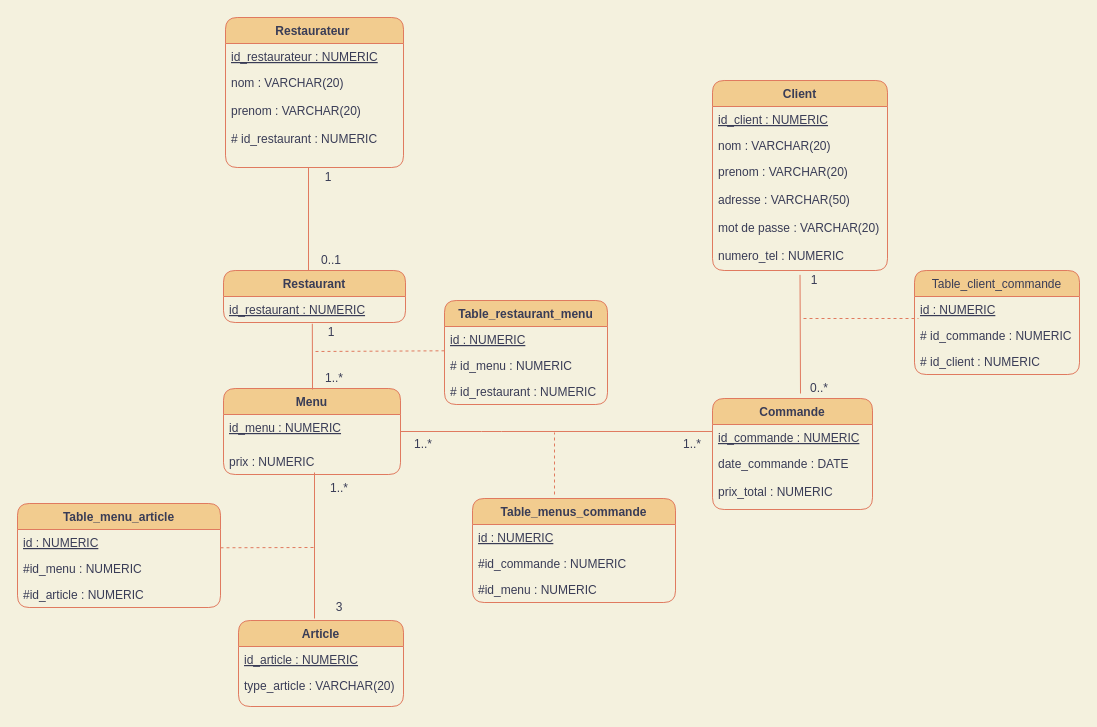
TheAIWizard/Ensaeats keeps this draw.io diagram as diagramme_base_de_donnees.drawio. Above is the earlier version. Source tidied: cells renumbered, new cells numbered last; positions are measured from the earlier drawing's top-left corner, leaving out a move shared by most shapes. Both pictures are drawn from the tidied source at 100%, with x=0, y=0 at pixel (17, 17).
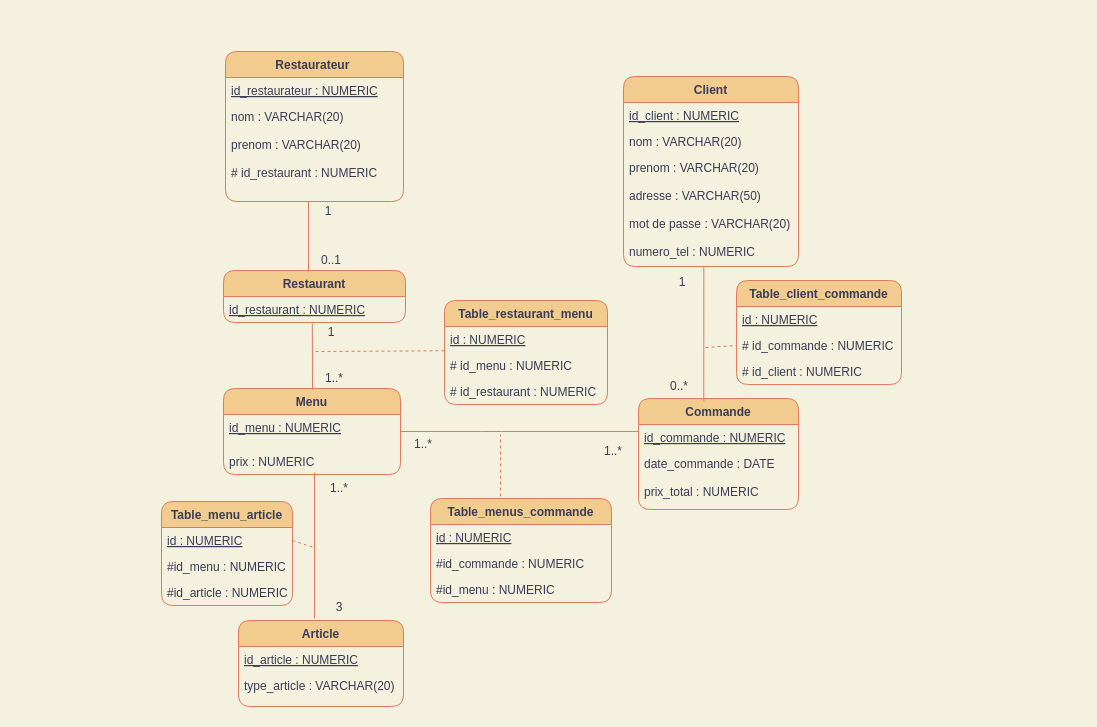
Above is the later version.

Unchanged cells that the change refers to:
```xml
<mxCell id="8" value="prenom : VARCHAR(20)&#10;&#10;adresse : VARCHAR(50)&#10;&#10;mot de passe : VARCHAR(20)&#10;&#10;numero_tel : NUMERIC" style="text;strokeColor=none;fillColor=none;align=left;verticalAlign=top;spacingLeft=4;spacingRight=4;overflow=hidden;points=[[0,0.5],[1,0.5]];portConstraint=eastwest;fontColor=#393C56;rounded=1;" parent="5" vertex="1">
  <mxGeometry y="78" width="175" height="112" as="geometry" />
</mxCell>
<mxCell id="49" value="# id_commande : NUMERIC" style="text;strokeColor=none;fillColor=none;align=left;verticalAlign=top;spacingLeft=4;spacingRight=4;overflow=hidden;points=[[0,0.5],[1,0.5]];portConstraint=eastwest;fontColor=#393C56;rounded=1;" parent="47" vertex="1">
  <mxGeometry y="52" width="165" height="26" as="geometry" />
</mxCell>
```

The edit, as a diff of the source:
```diff
@@
     <mxCell id="2" value="Restaurateur " style="swimlane;fontStyle=1;horizontal=1;startSize=26;fillColor=#F2CC8F;strokeColor=#E07A5F;fontColor=#393C56;rounded=1;" parent="1" vertex="1">
-      <mxGeometry x="208" width="178" height="150" as="geometry" />
+      <mxGeometry x="208" y="34" width="178" height="150" as="geometry" />
     </mxCell>
@@
     <mxCell id="5" value="Client" style="swimlane;fontStyle=1;horizontal=1;startSize=26;fillColor=#F2CC8F;strokeColor=#E07A5F;fontColor=#393C56;rounded=1;" parent="1" vertex="1">
-      <mxGeometry x="695" y="63" width="175" height="190" as="geometry" />
+      <mxGeometry x="606" y="59" width="175" height="190" as="geometry" />
     </mxCell>
@@
     <mxCell id="9" value="Commande" style="swimlane;fontStyle=1;horizontal=1;startSize=26;fillColor=#F2CC8F;strokeColor=#E07A5F;fontColor=#393C56;rounded=1;" parent="1" vertex="1">
-      <mxGeometry x="695" y="381" width="160" height="111" as="geometry" />
+      <mxGeometry x="621" y="381" width="160" height="111" as="geometry" />
     </mxCell>
@@
-    <mxCell id="19" value="1" style="text;html=1;strokeColor=none;fillColor=none;align=center;verticalAlign=middle;whiteSpace=wrap;fontColor=#393C56;rounded=1;" parent="1" vertex="1">
-      <mxGeometry x="291" y="150" width="40" height="20" as="geometry" />
+    <mxCell id="19" value="1" style="text;html=1;strokeColor=none;fillColor=none;align=center;verticalAlign=middle;whiteSpace=wrap;fontColor=#393C56;rounded=1;arcSize=50;" parent="1" vertex="1">
+      <mxGeometry x="291" y="184" width="40" height="20" as="geometry" />
     </mxCell>
@@
-    <mxCell id="21" value="1" style="text;html=1;strokeColor=none;fillColor=none;align=center;verticalAlign=middle;whiteSpace=wrap;fontColor=#393C56;rounded=1;" parent="1" vertex="1">
-      <mxGeometry x="777" y="253" width="40" height="20" as="geometry" />
+    <mxCell id="21" value="1" style="text;html=1;strokeColor=none;fillColor=none;align=center;verticalAlign=middle;whiteSpace=wrap;fontColor=#393C56;rounded=1;arcSize=50;" parent="1" vertex="1">
+      <mxGeometry x="645" y="255" width="40" height="20" as="geometry" />
     </mxCell>
-    <mxCell id="22" value="0..*" style="text;html=1;strokeColor=none;fillColor=none;align=center;verticalAlign=middle;whiteSpace=wrap;fontColor=#393C56;rounded=1;" parent="1" vertex="1">
-      <mxGeometry x="782" y="361" width="40" height="20" as="geometry" />
+    <mxCell id="22" value="0..*" style="text;html=1;strokeColor=none;fillColor=none;align=center;verticalAlign=middle;whiteSpace=wrap;fontColor=#393C56;rounded=1;arcSize=50;" parent="1" vertex="1">
+      <mxGeometry x="642" y="359" width="40" height="20" as="geometry" />
     </mxCell>
@@
-    <mxCell id="24" value="1..*" style="text;html=1;strokeColor=none;fillColor=none;align=center;verticalAlign=middle;whiteSpace=wrap;fontColor=#393C56;rounded=1;" parent="1" vertex="1">
-      <mxGeometry x="655" y="417" width="40" height="20" as="geometry" />
+    <mxCell id="24" value="1..*" style="text;html=1;strokeColor=none;fillColor=none;align=center;verticalAlign=middle;whiteSpace=wrap;fontColor=#393C56;rounded=1;arcSize=50;" parent="1" vertex="1">
+      <mxGeometry x="576" y="424" width="40" height="20" as="geometry" />
     </mxCell>
@@
     <mxCell id="30" value="Table_menus_commande" style="swimlane;fontStyle=1;horizontal=1;startSize=26;sketch=0;strokeColor=#E07A5F;fillColor=#F2CC8F;fontColor=#393C56;rounded=1;" parent="1" vertex="1">
-      <mxGeometry x="455" y="481" width="203" height="104" as="geometry" />
+      <mxGeometry x="413" y="481" width="181" height="104" as="geometry" />
     </mxCell>
     <mxCell id="31" value="id : NUMERIC" style="text;strokeColor=none;fillColor=none;align=left;verticalAlign=top;spacingLeft=4;spacingRight=4;overflow=hidden;labelBackgroundColor=none;labelBorderColor=none;fontColor=#393C56;fontStyle=4;rounded=1;" parent="30" vertex="1">
-      <mxGeometry y="26" width="203" height="26" as="geometry" />
+      <mxGeometry y="26" width="181" height="26" as="geometry" />
     </mxCell>
     <mxCell id="32" value="#id_commande : NUMERIC" style="text;strokeColor=none;fillColor=none;align=left;verticalAlign=top;spacingLeft=4;spacingRight=4;overflow=hidden;fontColor=#393C56;rounded=1;" parent="30" vertex="1">
-      <mxGeometry y="52" width="203" height="26" as="geometry" />
+      <mxGeometry y="52" width="181" height="26" as="geometry" />
     </mxCell>
     <mxCell id="33" value="#id_menu : NUMERIC" style="text;strokeColor=none;fillColor=none;align=left;verticalAlign=top;spacingLeft=4;spacingRight=4;overflow=hidden;fontColor=#393C56;rounded=1;" parent="30" vertex="1">
-      <mxGeometry y="78" width="203" height="26" as="geometry" />
+      <mxGeometry y="78" width="181" height="26" as="geometry" />
     </mxCell>
@@
-    <mxCell id="42" style="endArrow=none;html=1;fontColor=#393C56;strokeColor=#E07A5F;fillColor=#F2CC8F;entryX=0.138;entryY=0.218;entryDx=0;entryDy=0;entryPerimeter=0;labelBackgroundColor=#F4F1DE;" parent="1" edge="1" target="21">
-      <mxGeometry relative="1" as="geometry">
-        <mxPoint x="783" y="376" as="sourcePoint" />
-      </mxGeometry>
+    <mxCell id="42" style="endArrow=none;html=1;fontColor=#393C56;strokeColor=#E07A5F;fillColor=#F2CC8F;labelBackgroundColor=#F4F1DE;entryX=0.459;entryY=0.994;entryDx=0;entryDy=0;entryPerimeter=0;exitX=0.408;exitY=0.027;exitDx=0;exitDy=0;exitPerimeter=0;" parent="1" edge="1" source="9" target="8">
+      <mxGeometry relative="1" as="geometry" />
     </mxCell>
@@
     <mxCell id="46" style="endArrow=none;dashed=1;html=1;fontColor=#393C56;strokeColor=#E07A5F;fillColor=#F2CC8F;labelBackgroundColor=#F4F1DE;" parent="1" edge="1">
       <mxGeometry relative="1" as="geometry">
-        <mxPoint x="537" y="477" as="sourcePoint" />
-        <mxPoint x="537" y="415" as="targetPoint" />
+        <mxPoint x="483" y="479" as="sourcePoint" />
+        <mxPoint x="483" y="417" as="targetPoint" />
       </mxGeometry>
     </mxCell>
-    <mxCell id="47" value="Table_client_commande" style="swimlane;fontStyle=0;horizontal=1;startSize=26;labelBackgroundColor=none;sketch=0;fontColor=#393C56;strokeColor=#E07A5F;fillColor=#F2CC8F;rounded=1;" parent="1" vertex="1">
-      <mxGeometry x="897" y="253" width="165" height="104" as="geometry" />
+    <mxCell id="47" value="Table_client_commande" style="swimlane;fontStyle=1;horizontal=1;startSize=26;labelBackgroundColor=none;sketch=0;fontColor=#393C56;strokeColor=#E07A5F;fillColor=#F2CC8F;rounded=1;" parent="1" vertex="1">
+      <mxGeometry x="719" y="263" width="165" height="104" as="geometry" />
     </mxCell>
@@
-    <mxCell id="51" style="endArrow=none;dashed=1;html=1;fontColor=#393C56;strokeColor=#E07A5F;fillColor=#F2CC8F;labelBackgroundColor=#F4F1DE;" parent="1" edge="1">
+    <mxCell id="51" style="endArrow=none;dashed=1;html=1;fontColor=#393C56;strokeColor=#E07A5F;fillColor=#F2CC8F;labelBackgroundColor=#F4F1DE;entryX=0;entryY=0.5;entryDx=0;entryDy=0;" parent="1" edge="1" target="49">
       <mxGeometry relative="1" as="geometry">
-        <mxPoint x="786" y="301" as="sourcePoint" />
-        <mxPoint x="901" y="301" as="targetPoint" />
+        <mxPoint x="688" y="330" as="sourcePoint" />
       </mxGeometry>
     </mxCell>
@@
-    <mxCell id="53" style="endArrow=none;dashed=1;html=1;fontColor=#393C56;strokeColor=#E07A5F;fillColor=#F2CC8F;exitX=1;exitY=-0.297;exitDx=0;exitDy=0;exitPerimeter=0;labelBackgroundColor=#F4F1DE;" parent="1" edge="1" source="56">
+    <mxCell id="53" style="endArrow=none;dashed=1;html=1;fontColor=#393C56;strokeColor=#E07A5F;fillColor=#F2CC8F;exitX=1;exitY=0.5;exitDx=0;exitDy=0;labelBackgroundColor=#F4F1DE;" parent="1" edge="1" source="55">
       <mxGeometry relative="1" as="geometry">
         <mxPoint x="296" y="530" as="targetPoint" />
       </mxGeometry>
     </mxCell>
     <mxCell id="54" value="Table_menu_article" style="swimlane;fontStyle=1;horizontal=1;startSize=26;sketch=0;strokeColor=#E07A5F;fillColor=#F2CC8F;fontColor=#393C56;rounded=1;" parent="1" vertex="1">
-      <mxGeometry y="486" width="203" height="104" as="geometry" />
+      <mxGeometry x="144" y="484" width="131" height="104" as="geometry" />
     </mxCell>
     <mxCell id="55" value="id : NUMERIC" style="text;strokeColor=none;fillColor=none;align=left;verticalAlign=top;spacingLeft=4;spacingRight=4;overflow=hidden;points=[[0,0.5],[1,0.5]];portConstraint=eastwest;labelBackgroundColor=none;labelBorderColor=none;fontColor=#393C56;fontStyle=4;rounded=1;" parent="54" vertex="1">
-      <mxGeometry y="26" width="203" height="26" as="geometry" />
+      <mxGeometry y="26" width="131" height="26" as="geometry" />
     </mxCell>
     <mxCell id="56" value="#id_menu : NUMERIC" style="text;strokeColor=none;fillColor=none;align=left;verticalAlign=top;spacingLeft=4;spacingRight=4;overflow=hidden;points=[[0,0.5],[1,0.5]];portConstraint=eastwest;fontColor=#393C56;rounded=1;" parent="54" vertex="1">
-      <mxGeometry y="52" width="203" height="26" as="geometry" />
+      <mxGeometry y="52" width="131" height="26" as="geometry" />
     </mxCell>
     <mxCell id="57" value="#id_article : NUMERIC" style="text;strokeColor=none;fillColor=none;align=left;verticalAlign=top;spacingLeft=4;spacingRight=4;overflow=hidden;fontColor=#393C56;rounded=1;" parent="54" vertex="1">
-      <mxGeometry y="78" width="203" height="26" as="geometry" />
+      <mxGeometry y="78" width="131" height="26" as="geometry" />
     </mxCell>
```
